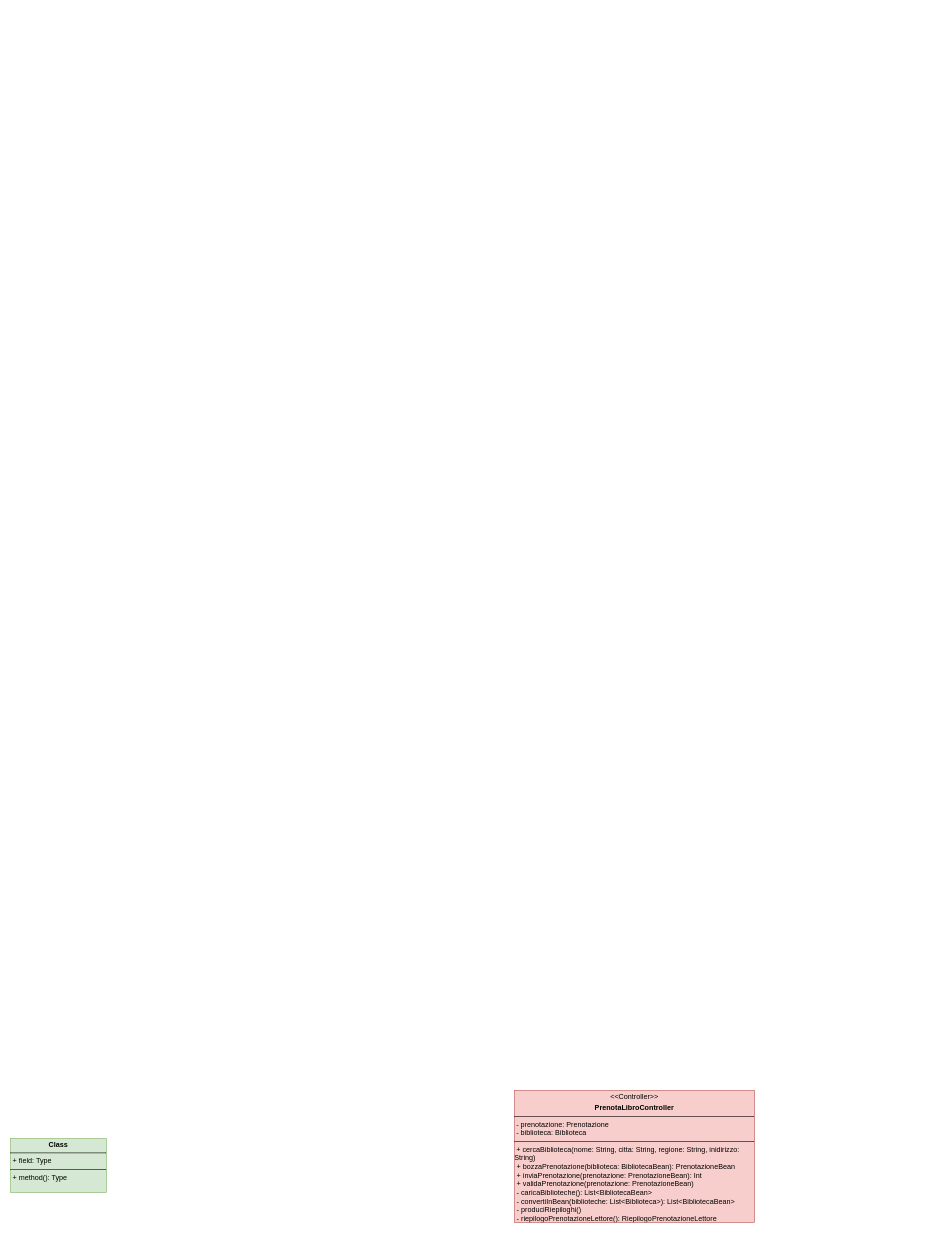
Tom-n7/progettoMurakami keeps this draw.io diagram as Elaborati Progettazione/Prenota Libro/Digramma di classe/Prenota Libro - MVC.drawio. Above is the earlier version. Source tidied: cells renumbered, new cells numbered last; positions are measured from the earlier drawing's top-left corner, leaving out a move shared by most shapes. Both pictures are drawn from the tidied source at 60%, with x=0, y=0 at pixel (10, 1090).
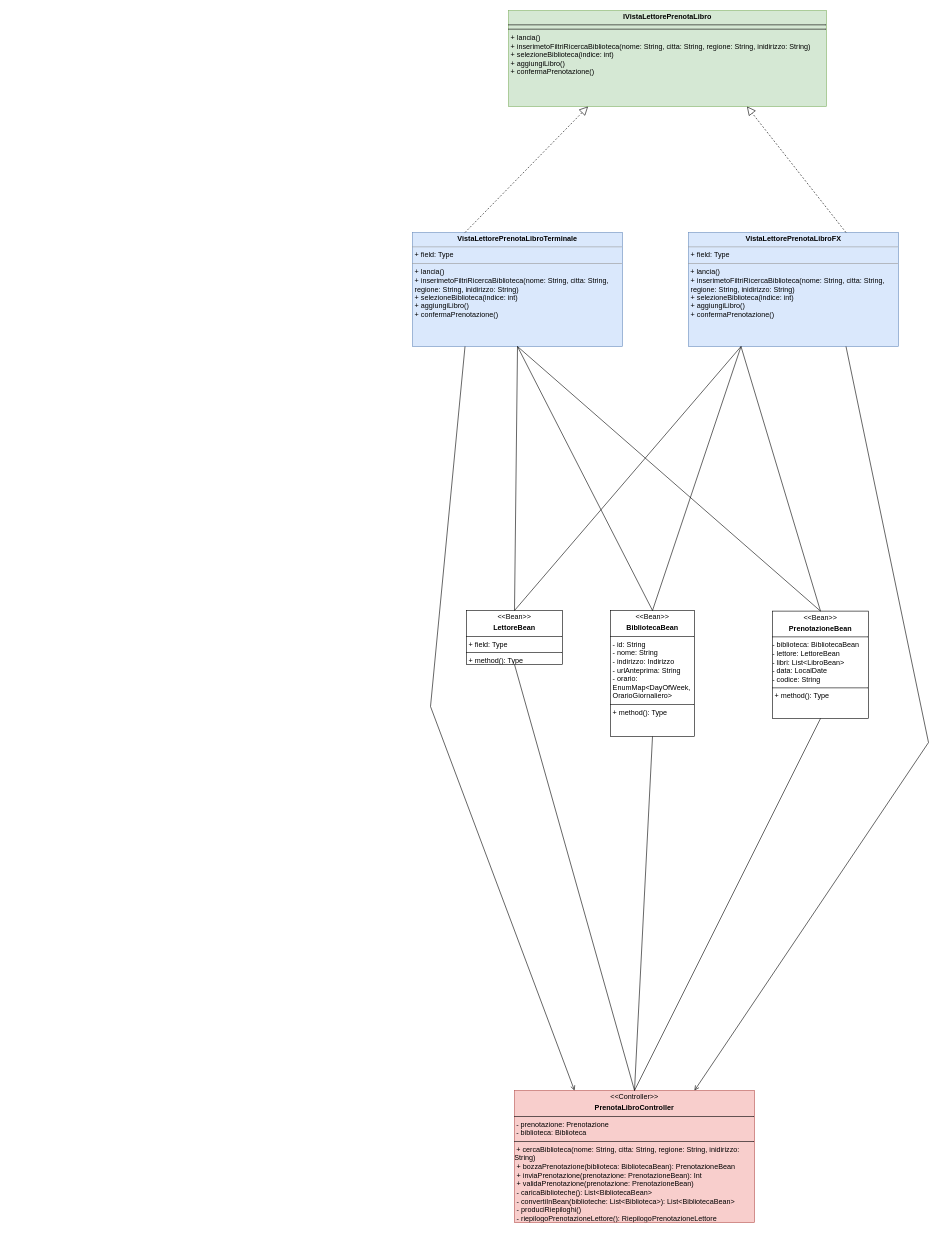
The same diagram, later.

The change refers to these unchanged cells:
```xml
<mxCell id="2" value="&lt;p style=&quot;margin:0px;margin-top:4px;text-align:center;&quot;&gt;&amp;lt;&amp;lt;Controller&amp;gt;&amp;gt;&lt;/p&gt;&lt;p style=&quot;margin:0px;margin-top:4px;text-align:center;&quot;&gt;&lt;b&gt;PrenotaLibroController&lt;/b&gt;&lt;/p&gt;&lt;hr size=&quot;1&quot; style=&quot;border-style:solid;&quot;&gt;&lt;p style=&quot;margin:0px;margin-left:4px;&quot;&gt;&lt;/p&gt;&amp;nbsp;- prenotazione: Prenotazione&lt;br&gt;&amp;nbsp;- biblioteca: Biblioteca&lt;br&gt;&lt;hr size=&quot;1&quot; style=&quot;border-style:solid;&quot;&gt;&lt;p style=&quot;margin:0px;margin-left:4px;&quot;&gt;&lt;/p&gt;&amp;nbsp;+ cercaBiblioteca(nome: String, citta: String, regione: String, inidirizzo:&amp;nbsp; String)&lt;p style=&quot;margin:0px;margin-left:4px;&quot;&gt;+ bozzaPrenotazione(biblioteca: BibliotecaBean): PrenotazioneBean&lt;/p&gt;&lt;p style=&quot;margin:0px;margin-left:4px;&quot;&gt;&lt;/p&gt;&lt;p style=&quot;margin:0px;margin-left:4px;&quot;&gt;&lt;/p&gt;&lt;p style=&quot;margin:0px;margin-left:4px;&quot;&gt;&lt;/p&gt;&lt;p style=&quot;margin:0px;margin-left:4px;&quot;&gt;&lt;/p&gt;&lt;p style=&quot;margin:0px;margin-left:4px;&quot;&gt;+ inviaPrenotazione(prenotazione: PrenotazioneBean): Int&lt;/p&gt;&lt;p style=&quot;margin:0px;margin-left:4px;&quot;&gt;+ validaPrenotazione(prenotazione: PrenotazioneBean)&lt;/p&gt;&lt;p style=&quot;margin:0px;margin-left:4px;&quot;&gt;- caricaBiblioteche(): List&amp;lt;BibliotecaBean&amp;gt;&lt;/p&gt;&lt;p style=&quot;margin:0px;margin-left:4px;&quot;&gt;- convertiInBean(biblioteche: List&amp;lt;Biblioteca&amp;gt;): List&amp;lt;BibliotecaBean&amp;gt;&lt;/p&gt;&lt;p style=&quot;margin:0px;margin-left:4px;&quot;&gt;- produciRiepiloghi()&lt;/p&gt;&lt;p style=&quot;margin:0px;margin-left:4px;&quot;&gt;- riepilogoPrenotazioneLettore(): RiepilogoPrenotazioneLettore&lt;/p&gt;&lt;p style=&quot;margin:0px;margin-left:4px;&quot;&gt;- riepilogoPrenotazioneBibliotecario(): RiepilogoPrenotazioneBibliotecario&lt;/p&gt;&lt;p style=&quot;margin:0px;margin-left:4px;&quot;&gt;&lt;br&gt;&lt;/p&gt;" style="verticalAlign=top;align=left;overflow=fill;html=1;whiteSpace=wrap;fillColor=#f8cecc;strokeColor=#b85450;" parent="1" vertex="1">
  <mxGeometry x="840" width="400" height="220" as="geometry" />
</mxCell>
```

Diff of the diagram source:
```diff
@@
-    <mxCell id="3" value="&lt;p style=&quot;margin:0px;margin-top:4px;text-align:center;&quot;&gt;&lt;/p&gt;&lt;p style=&quot;margin:0px;margin-top:4px;text-align:center;&quot;&gt;&lt;b&gt;Class&lt;/b&gt;&lt;/p&gt;&lt;hr size=&quot;1&quot; style=&quot;border-style:solid;&quot;&gt;&lt;p style=&quot;margin:0px;margin-left:4px;&quot;&gt;+ field: Type&lt;/p&gt;&lt;hr size=&quot;1&quot; style=&quot;border-style:solid;&quot;&gt;&lt;p style=&quot;margin:0px;margin-left:4px;&quot;&gt;+ method(): Type&lt;/p&gt;" style="verticalAlign=top;align=left;overflow=fill;html=1;whiteSpace=wrap;fillColor=#d5e8d4;strokeColor=#82b366;" parent="1" vertex="1">
-      <mxGeometry y="80" width="160" height="90" as="geometry" />
+    <mxCell id="3" value="&lt;p style=&quot;margin:0px;margin-top:4px;text-align:center;&quot;&gt;&lt;/p&gt;&lt;p style=&quot;margin:0px;margin-top:4px;text-align:center;&quot;&gt;&lt;b&gt;IVistaLettorePrenotaLibro&lt;/b&gt;&lt;/p&gt;&lt;hr size=&quot;1&quot; style=&quot;border-style:solid;&quot;&gt;&lt;p style=&quot;margin:0px;margin-left:4px;&quot;&gt;&lt;/p&gt;&lt;hr size=&quot;1&quot; style=&quot;border-style:solid;&quot;&gt;&lt;p style=&quot;margin:0px;margin-left:4px;&quot;&gt;+ lancia()&lt;/p&gt;&lt;p style=&quot;margin:0px;margin-left:4px;&quot;&gt;+ inserimetoFiltriRicercaBiblioteca(nome: String, citta: String, regione: String, inidirizzo: String)&lt;br style=&quot;border-color: rgb(218, 220, 224);&quot;&gt;&lt;/p&gt;&lt;p style=&quot;margin:0px;margin-left:4px;&quot;&gt;+ selezioneBiblioteca(indice: int)&lt;/p&gt;&lt;p style=&quot;border-color: rgb(218, 220, 224); margin: 0px 0px 0px 4px;&quot;&gt;+ aggiungiLibro()&amp;nbsp;&lt;/p&gt;&lt;p style=&quot;border-color: rgb(218, 220, 224); margin: 0px 0px 0px 4px;&quot;&gt;+ confermaPrenotazione()&lt;/p&gt;" style="verticalAlign=top;align=left;overflow=fill;html=1;whiteSpace=wrap;fillColor=#d5e8d4;strokeColor=#82b366;" parent="1" vertex="1">
+      <mxGeometry x="830" y="-1800" width="530" height="160" as="geometry" />
     </mxCell>
+    <mxCell id="4" value="&lt;p style=&quot;margin:0px;margin-top:4px;text-align:center;&quot;&gt;&lt;b&gt;VistaLettorePrenotaLibroFX&lt;/b&gt;&lt;/p&gt;&lt;hr size=&quot;1&quot;&gt;&lt;p style=&quot;margin:0px;margin-left:4px;&quot;&gt;+ field: Type&lt;/p&gt;&lt;hr size=&quot;1&quot;&gt;&lt;span style=&quot;background-color: initial;&quot;&gt;&amp;nbsp;+ lancia()&lt;/span&gt;&lt;p style=&quot;border-color: rgb(218, 220, 224); margin: 0px 0px 0px 4px;&quot;&gt;&lt;/p&gt;&lt;p style=&quot;border-color: rgb(218, 220, 224); margin: 0px 0px 0px 4px;&quot;&gt;+ inserimetoFiltriRicercaBiblioteca(nome: String, citta: String, regione: String, inidirizzo: String)&lt;br style=&quot;border-color: rgb(218, 220, 224);&quot;&gt;&lt;/p&gt;&lt;p style=&quot;border-color: rgb(218, 220, 224); margin: 0px 0px 0px 4px;&quot;&gt;+ selezioneBiblioteca(indice: int)&lt;/p&gt;&lt;p style=&quot;border-color: rgb(218, 220, 224); margin: 0px 0px 0px 4px;&quot;&gt;+ aggiungiLibro()&amp;nbsp;&lt;/p&gt;&lt;p style=&quot;border-color: rgb(218, 220, 224); margin: 0px 0px 0px 4px;&quot;&gt;+ confermaPrenotazione()&lt;/p&gt;&lt;p style=&quot;margin:0px;margin-left:4px;&quot;&gt;&lt;/p&gt;" style="verticalAlign=top;align=left;overflow=fill;fontSize=12;fontFamily=Helvetica;html=1;whiteSpace=wrap;fillColor=#dae8fc;strokeColor=#6c8ebf;" parent="1" vertex="1">
+      <mxGeometry x="1130" y="-1430" width="350" height="190" as="geometry" />
+    </mxCell>
+    <mxCell id="5" value="&lt;p style=&quot;margin:0px;margin-top:4px;text-align:center;&quot;&gt;&lt;b&gt;VistaLettorePrenotaLibroTerminale&lt;/b&gt;&lt;/p&gt;&lt;hr size=&quot;1&quot;&gt;&lt;p style=&quot;margin:0px;margin-left:4px;&quot;&gt;+ field: Type&lt;/p&gt;&lt;hr size=&quot;1&quot;&gt;&lt;p style=&quot;border-color: rgb(218, 220, 224); margin: 0px 0px 0px 4px;&quot;&gt;+ lancia()&lt;/p&gt;&lt;p style=&quot;border-color: rgb(218, 220, 224); margin: 0px 0px 0px 4px;&quot;&gt;+ inserimetoFiltriRicercaBiblioteca(nome: String, citta: String, regione: String, inidirizzo: String)&lt;br style=&quot;border-color: rgb(218, 220, 224);&quot;&gt;&lt;/p&gt;&lt;p style=&quot;border-color: rgb(218, 220, 224); margin: 0px 0px 0px 4px;&quot;&gt;+ selezioneBiblioteca(indice: int)&lt;/p&gt;&lt;p style=&quot;border-color: rgb(218, 220, 224); margin: 0px 0px 0px 4px;&quot;&gt;+ aggiungiLibro()&amp;nbsp;&lt;/p&gt;&lt;p style=&quot;border-color: rgb(218, 220, 224); margin: 0px 0px 0px 4px;&quot;&gt;+ confermaPrenotazione()&lt;/p&gt;&lt;p style=&quot;margin:0px;margin-left:4px;&quot;&gt;&lt;/p&gt;" style="verticalAlign=top;align=left;overflow=fill;fontSize=12;fontFamily=Helvetica;html=1;whiteSpace=wrap;fillColor=#dae8fc;strokeColor=#6c8ebf;" parent="1" vertex="1">
+      <mxGeometry x="670" y="-1430" width="350" height="190" as="geometry" />
+    </mxCell>
+    <mxCell id="6" style="endArrow=block;dashed=1;endFill=0;endSize=12;html=1;rounded=0;entryX=0.25;entryY=1;entryDx=0;entryDy=0;exitX=0.25;exitY=0;exitDx=0;exitDy=0;" parent="1" edge="1" source="5" target="3">
+      <mxGeometry relative="1" as="geometry" />
+    </mxCell>
+    <mxCell id="7" style="endArrow=block;dashed=1;endFill=0;endSize=12;html=1;rounded=0;entryX=0.75;entryY=1;entryDx=0;entryDy=0;exitX=0.75;exitY=0;exitDx=0;exitDy=0;" parent="1" edge="1" source="4" target="3">
+      <mxGeometry relative="1" as="geometry" />
+    </mxCell>
+    <mxCell id="8" style="endArrow=open;html=1;rounded=0;exitX=0.75;exitY=1;exitDx=0;exitDy=0;endFill=0;entryX=0.75;entryY=0;entryDx=0;entryDy=0;" parent="1" edge="1" source="4" target="2">
+      <mxGeometry relative="1" as="geometry">
+        <Array as="points">
+          <mxPoint x="1530" y="-580" />
+        </Array>
+      </mxGeometry>
+    </mxCell>
+    <mxCell id="9" style="endArrow=open;html=1;rounded=0;exitX=0.25;exitY=1;exitDx=0;exitDy=0;endFill=0;entryX=0.25;entryY=0;entryDx=0;entryDy=0;" parent="1" edge="1" source="5" target="2">
+      <mxGeometry relative="1" as="geometry">
+        <Array as="points">
+          <mxPoint x="700" y="-640" />
+        </Array>
+      </mxGeometry>
+    </mxCell>
+    <mxCell id="10" value="&lt;p style=&quot;margin:0px;margin-top:4px;text-align:center;&quot;&gt;&amp;lt;&amp;lt;Bean&amp;gt;&amp;gt;&lt;/p&gt;&lt;p style=&quot;margin:0px;margin-top:4px;text-align:center;&quot;&gt;&lt;b&gt;LettoreBean&lt;/b&gt;&lt;/p&gt;&lt;hr size=&quot;1&quot; style=&quot;border-style:solid;&quot;&gt;&lt;p style=&quot;margin:0px;margin-left:4px;&quot;&gt;+ field: Type&lt;/p&gt;&lt;hr size=&quot;1&quot; style=&quot;border-style:solid;&quot;&gt;&lt;p style=&quot;margin:0px;margin-left:4px;&quot;&gt;+ method(): Type&lt;/p&gt;" style="verticalAlign=top;align=left;overflow=fill;html=1;whiteSpace=wrap;" parent="1" vertex="1">
+      <mxGeometry x="760" y="-800" width="160" height="90" as="geometry" />
+    </mxCell>
+    <mxCell id="11" value="&lt;p style=&quot;margin:0px;margin-top:4px;text-align:center;&quot;&gt;&amp;lt;&amp;lt;Bean&amp;gt;&amp;gt;&lt;/p&gt;&lt;p style=&quot;margin:0px;margin-top:4px;text-align:center;&quot;&gt;&lt;b&gt;BibliotecaBean&lt;/b&gt;&lt;/p&gt;&lt;hr size=&quot;1&quot; style=&quot;border-style:solid;&quot;&gt;&lt;p style=&quot;border-color: rgb(218, 220, 224); margin: 0px 0px 0px 4px;&quot;&gt;- id: String&lt;/p&gt;&lt;p style=&quot;border-color: rgb(218, 220, 224); margin: 0px 0px 0px 4px;&quot;&gt;&lt;/p&gt;&lt;p style=&quot;border-color: rgb(218, 220, 224); margin: 0px 0px 0px 4px;&quot;&gt;- nome: String&lt;/p&gt;&lt;p style=&quot;border-color: rgb(218, 220, 224); margin: 0px 0px 0px 4px;&quot;&gt;- indirizzo: Indirizzo&lt;/p&gt;&lt;p style=&quot;border-color: rgb(218, 220, 224); margin: 0px 0px 0px 4px;&quot;&gt;- urlAnteprima: String&lt;/p&gt;&lt;p style=&quot;border-color: rgb(218, 220, 224); margin: 0px 0px 0px 4px;&quot;&gt;&lt;/p&gt;&lt;p style=&quot;margin:0px;margin-left:4px;&quot;&gt;- orario: EnumMap&amp;lt;DayOfWeek, OrarioGiornaliero&amp;gt;&lt;/p&gt;&lt;hr size=&quot;1&quot; style=&quot;border-style:solid;&quot;&gt;&lt;p style=&quot;margin:0px;margin-left:4px;&quot;&gt;+ method(): Type&lt;/p&gt;" style="verticalAlign=top;align=left;overflow=fill;html=1;whiteSpace=wrap;" parent="1" vertex="1">
+      <mxGeometry x="1000" y="-800" width="140" height="210" as="geometry" />
+    </mxCell>
+    <mxCell id="12" value="&lt;p style=&quot;margin:0px;margin-top:4px;text-align:center;&quot;&gt;&amp;lt;&amp;lt;Bean&amp;gt;&amp;gt;&lt;/p&gt;&lt;p style=&quot;margin:0px;margin-top:4px;text-align:center;&quot;&gt;&lt;b&gt;PrenotazioneBean&lt;/b&gt;&lt;/p&gt;&lt;hr size=&quot;1&quot; style=&quot;border-style:solid;&quot;&gt;&lt;p style=&quot;margin:0px;margin-left:4px;&quot;&gt;&lt;/p&gt;- biblioteca: BibliotecaBean&lt;br style=&quot;border-color: rgb(218, 220, 224);&quot;&gt;- lettore: LettoreBean&lt;br style=&quot;border-color: rgb(218, 220, 224);&quot;&gt;- libri: List&amp;lt;LibroBean&amp;gt;&lt;br style=&quot;border-color: rgb(218, 220, 224);&quot;&gt;- data: LocalDate&lt;br style=&quot;border-color: rgb(218, 220, 224);&quot;&gt;- codice: String&amp;nbsp;&lt;hr size=&quot;1&quot; style=&quot;border-style:solid;&quot;&gt;&lt;p style=&quot;margin:0px;margin-left:4px;&quot;&gt;+ method(): Type&lt;/p&gt;" style="verticalAlign=top;align=left;overflow=fill;html=1;whiteSpace=wrap;" parent="1" vertex="1">
+      <mxGeometry x="1270" y="-799" width="160" height="179" as="geometry" />
+    </mxCell>
+    <mxCell id="13" style="endArrow=none;html=1;rounded=0;entryX=0.25;entryY=1;entryDx=0;entryDy=0;exitX=0.5;exitY=0;exitDx=0;exitDy=0;" parent="1" edge="1" source="12" target="4">
+      <mxGeometry relative="1" as="geometry" />
+    </mxCell>
+    <mxCell id="14" style="endArrow=none;html=1;rounded=0;entryX=0.5;entryY=1;entryDx=0;entryDy=0;exitX=0.5;exitY=0;exitDx=0;exitDy=0;" parent="1" edge="1" source="12" target="5">
+      <mxGeometry relative="1" as="geometry" />
+    </mxCell>
+    <mxCell id="15" style="endArrow=none;html=1;rounded=0;entryX=0.25;entryY=1;entryDx=0;entryDy=0;exitX=0.5;exitY=0;exitDx=0;exitDy=0;" parent="1" edge="1" source="11" target="4">
+      <mxGeometry relative="1" as="geometry" />
+    </mxCell>
+    <mxCell id="16" style="endArrow=none;html=1;rounded=0;exitX=0.5;exitY=0;exitDx=0;exitDy=0;entryX=0.5;entryY=1;entryDx=0;entryDy=0;" parent="1" edge="1" source="11" target="5">
+      <mxGeometry relative="1" as="geometry" />
+    </mxCell>
+    <mxCell id="17" style="endArrow=none;html=1;rounded=0;entryX=0.25;entryY=1;entryDx=0;entryDy=0;exitX=0.5;exitY=0;exitDx=0;exitDy=0;" parent="1" edge="1" source="10" target="4">
+      <mxGeometry relative="1" as="geometry" />
+    </mxCell>
+    <mxCell id="18" style="endArrow=none;html=1;rounded=0;entryX=0.5;entryY=1;entryDx=0;entryDy=0;exitX=0.5;exitY=0;exitDx=0;exitDy=0;" parent="1" edge="1" source="10" target="5">
+      <mxGeometry relative="1" as="geometry" />
+    </mxCell>
+    <mxCell id="19" style="endArrow=none;html=1;rounded=0;entryX=0.5;entryY=1;entryDx=0;entryDy=0;exitX=0.5;exitY=0;exitDx=0;exitDy=0;" parent="1" edge="1" source="2" target="12">
+      <mxGeometry relative="1" as="geometry" />
+    </mxCell>
+    <mxCell id="20" style="endArrow=none;html=1;rounded=0;entryX=0.5;entryY=1;entryDx=0;entryDy=0;exitX=0.5;exitY=0;exitDx=0;exitDy=0;" parent="1" edge="1" source="2" target="11">
+      <mxGeometry relative="1" as="geometry" />
+    </mxCell>
+    <mxCell id="21" style="endArrow=none;html=1;rounded=0;entryX=0.5;entryY=1;entryDx=0;entryDy=0;exitX=0.5;exitY=0;exitDx=0;exitDy=0;" parent="1" edge="1" source="2" target="10">
+      <mxGeometry relative="1" as="geometry" />
+    </mxCell>
```
